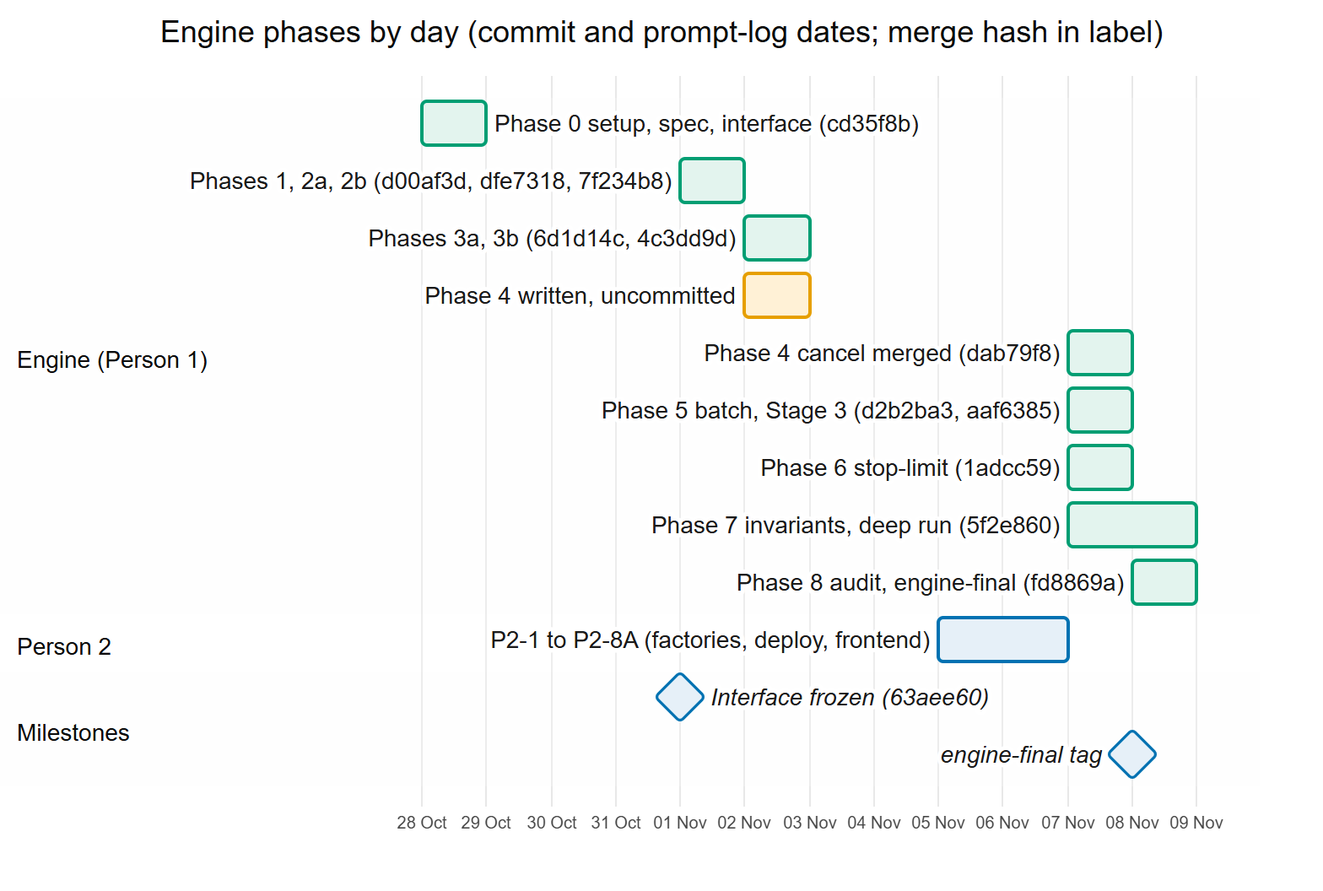
Before: docs/report/diagrams/02-engine-gantt.png, a diagram exported from Mermaid (Nitecry7/SC4053-BlockChain-Project). Its source is kept beside it as docs/report/diagrams/02-engine-gantt.mmd. The source it was exported from:
```mermaid
---
config:
  themeCSS: ".grid .tick line { stroke: #E2E2E2 !important; } .taskTextOutsideRight, .taskTextOutsideLeft, .taskText { paint-order: stroke; stroke: #FFFFFF; stroke-width: 5px; stroke-linejoin: round; } .milestoneText { paint-order: stroke; stroke: #FFFFFF; stroke-width: 5px; }"
---
gantt
  title Engine phases by day (commit and prompt-log dates; merge hash in label)
  dateFormat YYYY-MM-DD
  axisFormat %d %b
  tickInterval 1day
  todayMarker off

  section Engine (Person 1)
  Phase 0 setup, spec, interface (cd35f8b)   :done, p0, 2026-10-28, 1d
  Phases 1, 2a, 2b (d00af3d, dfe7318, 7f234b8) :done, p1, 2026-11-01, 1d
  Phases 3a, 3b (6d1d14c, 4c3dd9d)            :done, p3, 2026-11-02, 1d
  Phase 4 written, uncommitted                :active, p4a, 2026-11-02, 1d
  Phase 4 cancel merged (dab79f8)             :done, p4, 2026-11-07, 1d
  Phase 5 batch, Stage 3 (d2b2ba3, aaf6385)   :done, p5, 2026-11-07, 1d
  Phase 6 stop-limit (1adcc59)                :done, p6, 2026-11-07, 1d
  Phase 7 invariants, deep run (5f2e860)      :done, p7, 2026-11-07, 2d
  Phase 8 audit, engine-final (fd8869a)       :done, p8, 2026-11-08, 1d

  section Person 2
  P2-1 to P2-8A (factories, deploy, frontend) :p2, 2026-11-05, 2d

  section Milestones
  Interface frozen (63aee60)                  :milestone, m1, 2026-11-01, 0d
  engine-final tag                            :milestone, m2, 2026-11-08, 0d
```
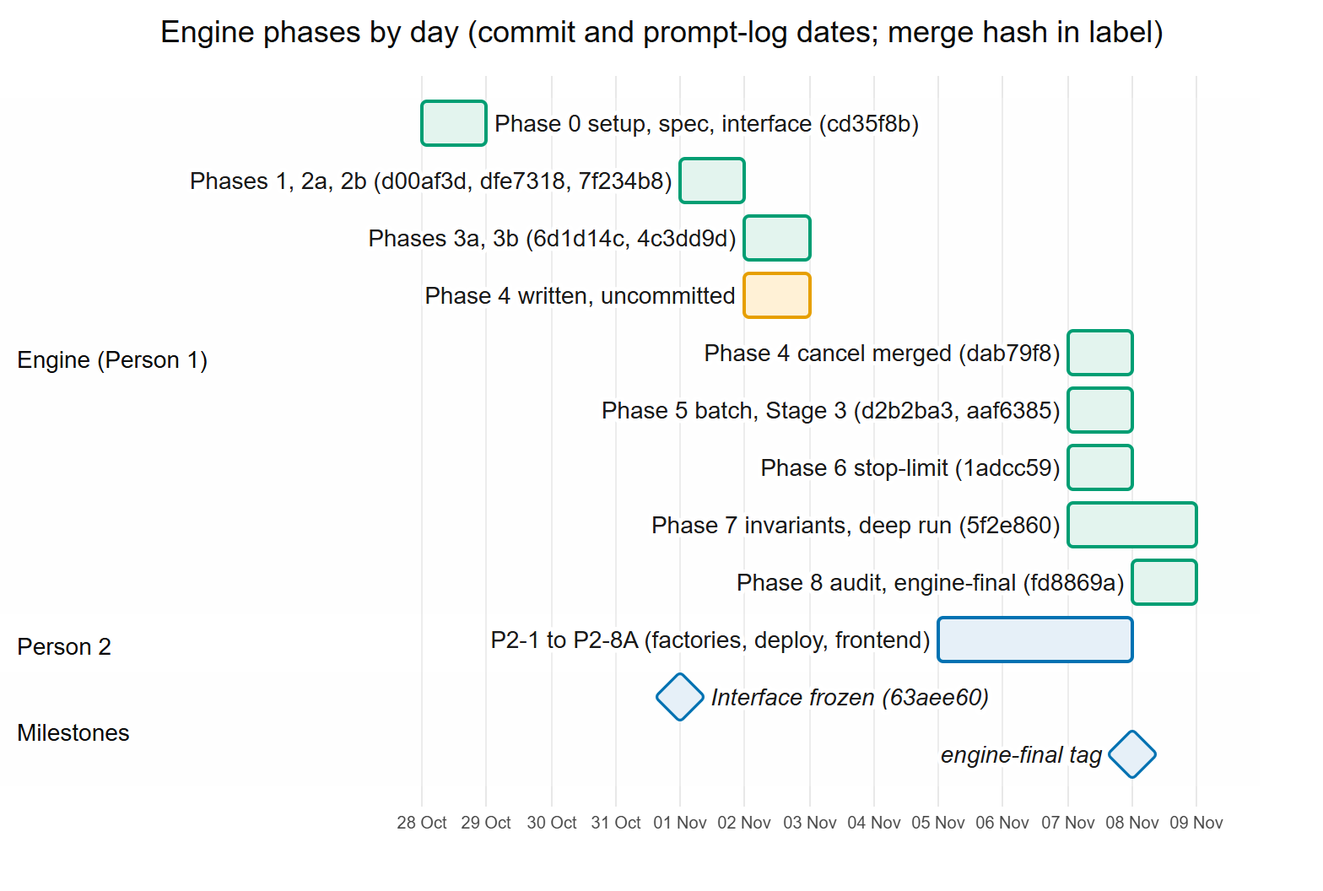
After the change.

Diff of the diagram source:
```diff
@@ -21,7 +21,7 @@
   Phase 8 audit, engine-final (fd8869a)       :done, p8, 2026-11-08, 1d
 
   section Person 2
-  P2-1 to P2-8A (factories, deploy, frontend) :p2, 2026-11-05, 2d
+  P2-1 to P2-8A (factories, deploy, frontend) :p2, 2026-11-05, 3d
 
   section Milestones
   Interface frozen (63aee60)                  :milestone, m1, 2026-11-01, 0d
```
